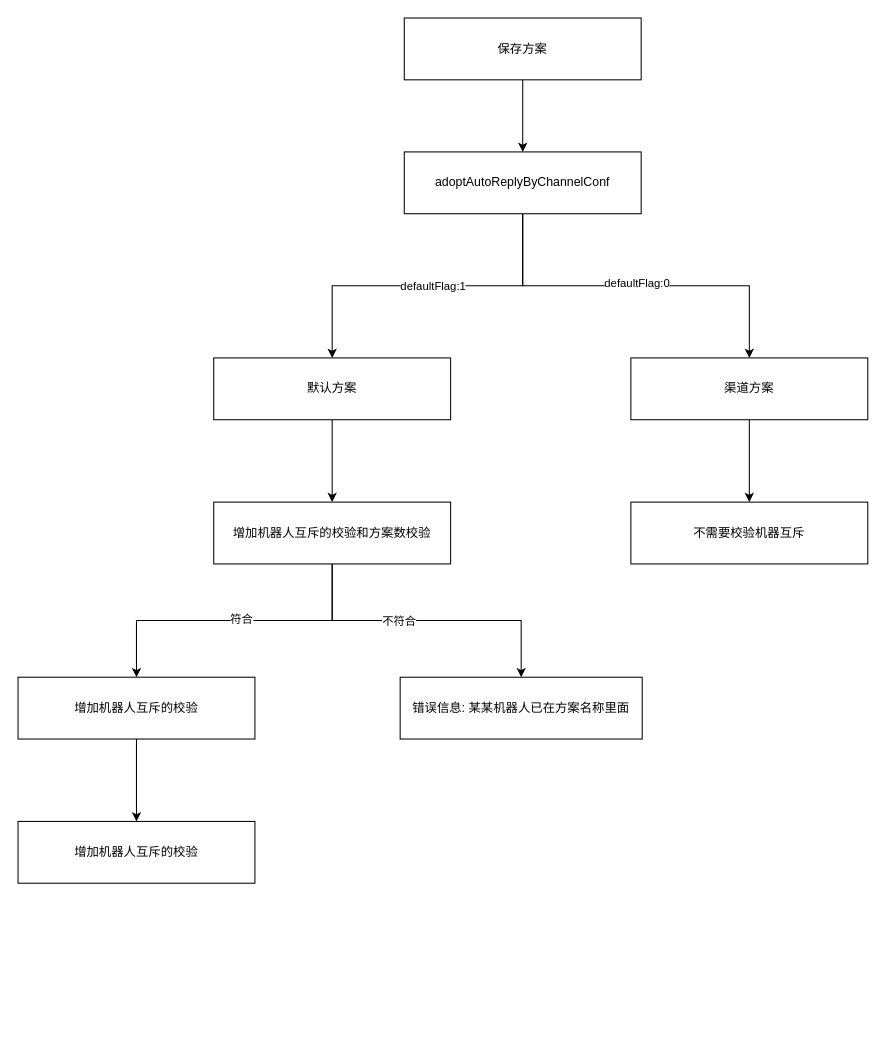
1819011603/- keeps this draw.io diagram as sop.drawio. Above is the earlier version. Source tidied: cells renumbered, new cells numbered last; positions are measured from the earlier drawing's top-left corner, leaving out a move shared by most shapes. Both pictures are drawn from the tidied source at 103%, with x=0, y=0 at pixel (18, 18).
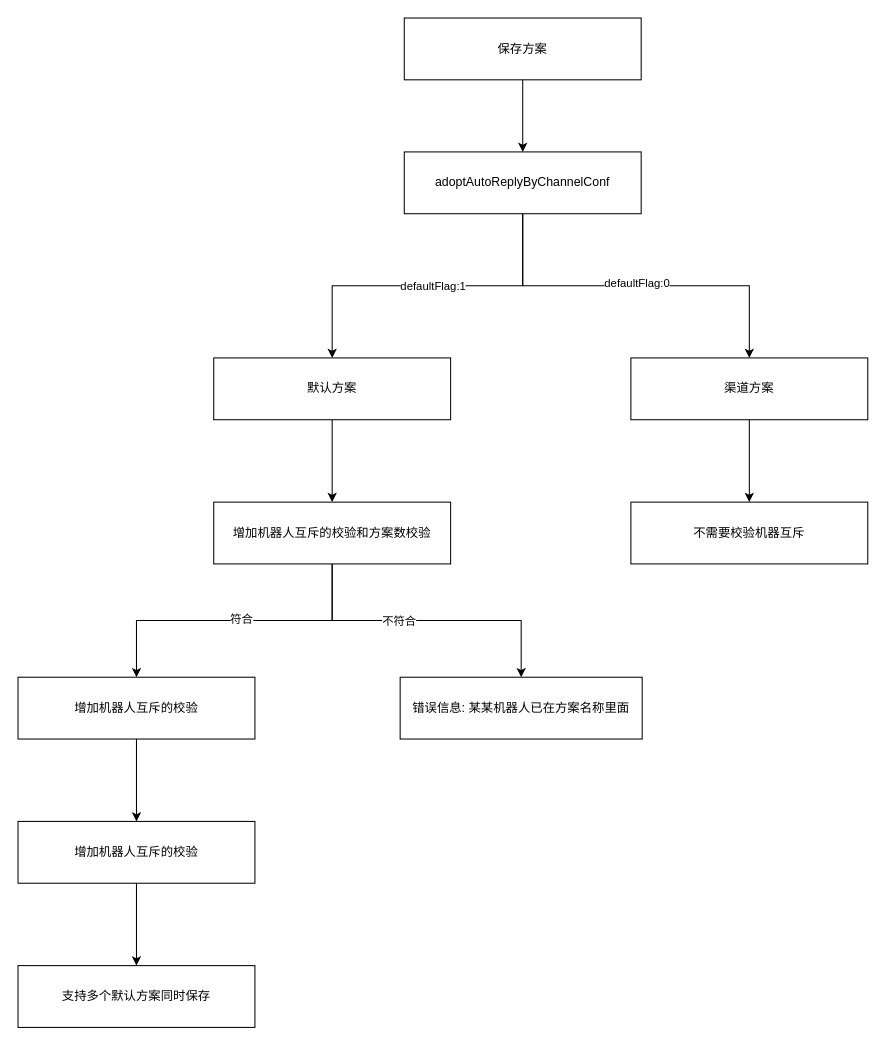
After the change.

The change refers to these unchanged cells:
```xml
<mxCell id="21" value="增加机器人互斥的校验" style="rounded=0;whiteSpace=wrap;html=1;" parent="1" vertex="1">
  <mxGeometry y="780" width="230" height="60" as="geometry" />
</mxCell>
```

The edit, as a diff of the source:
```diff
@@
+    <mxCell id="23" style="edgeStyle=orthogonalEdgeStyle;rounded=0;jettySize=auto;html=1;" parent="1" edge="1" source="21" target="24">
+      <mxGeometry relative="1" as="geometry" />
+    </mxCell>
@@
+    <mxCell id="24" value="支持多个默认方案同时保存" style="rounded=0;whiteSpace=wrap;html=1;" parent="1" vertex="1">
+      <mxGeometry y="920" width="230" height="60" as="geometry" />
+    </mxCell>
```
